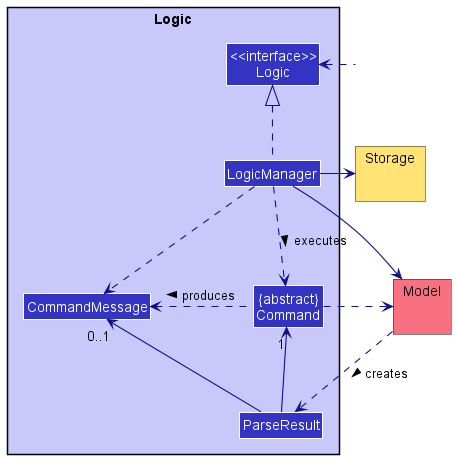
The PlantUML diagram docs/images/LogicClassDiagram.png in nus-cs2103-AY2223S2/tp, before a commit.
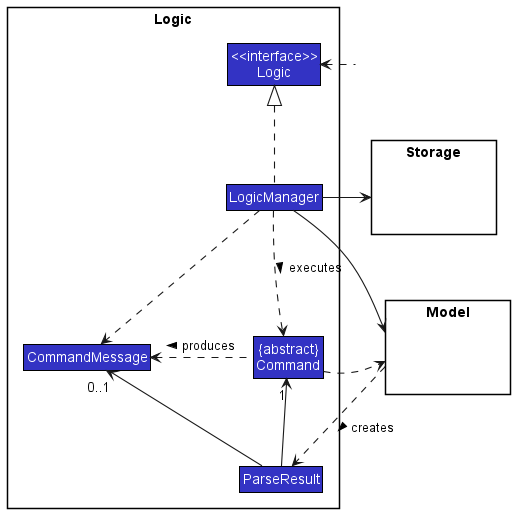
Later version of the same file.

The edit, as a diff of the source:
```diff
@@ -4,7 +4,6 @@
 skinparam RoundCorner 0
 
 skinparam arrowThickness 1.1
-skinparam arrowColor LOGIC_COLOR_T4
 skinparam classBackgroundColor LOGIC_COLOR
 
 hide <<hidden>> stereotype
@@ -19,7 +18,7 @@
     }
 </style>
 
-package Logic LOGIC_COLOR_T1 {
+package Logic {
 
     Class CommandMessage
     Class "{abstract}\nCommand" as Command
@@ -31,10 +30,12 @@
 
 }
 
-package Model MODEL_COLOR_T1 {
+package Model {
+    Class Hidden1 <<hidden>>
 }
 
-package Storage STORAGE_COLOR_T1 {
+package Storage {
+    Class Hidden2 <<hidden>>
 }
 
 Class HiddenOut <<hidden>>
```
